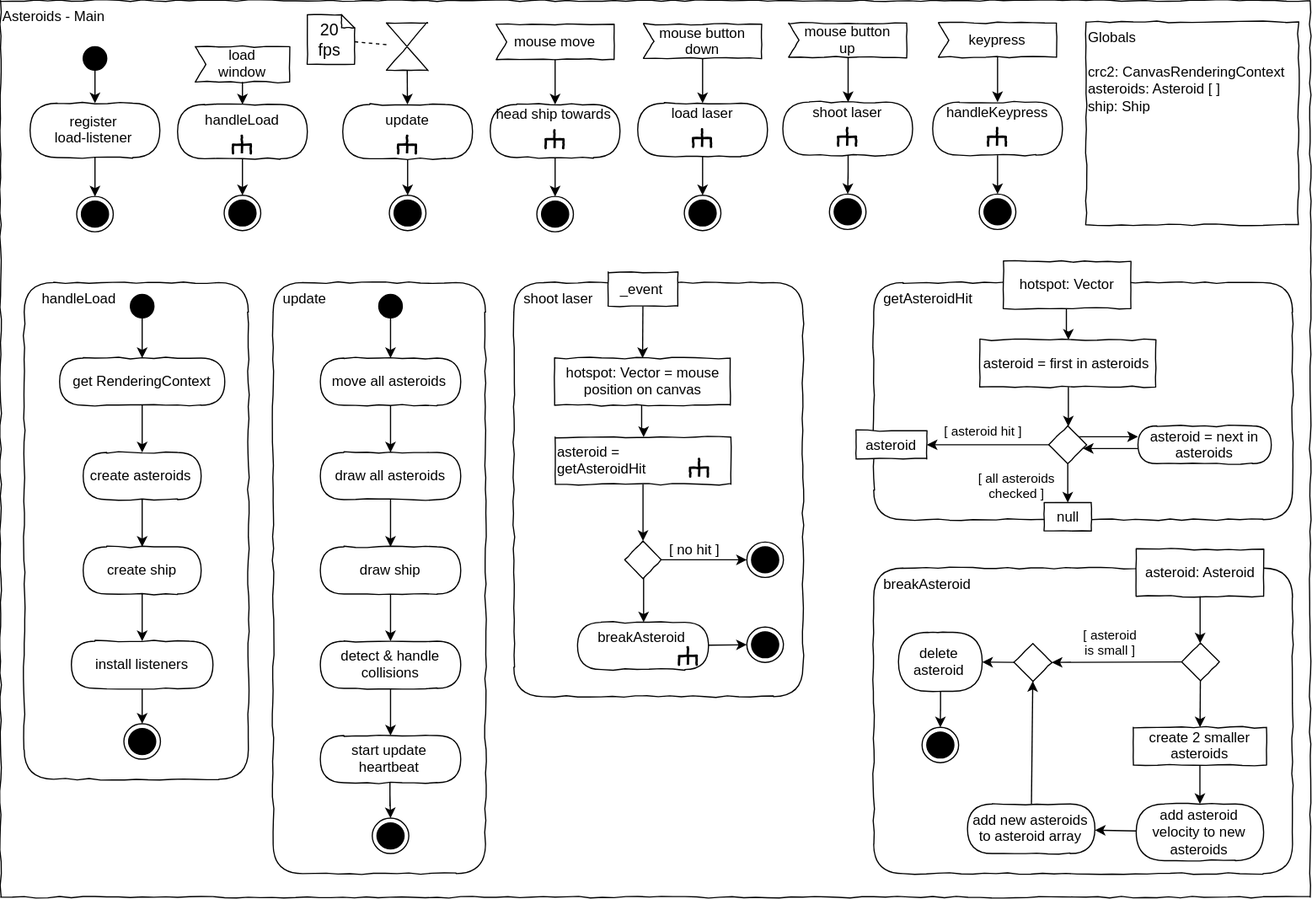
Above: L09_Classes/Material/draw.io/Asteroids_ActivityDiagram-Main.svg in JirkaDellOro/EIA2-Inverted (draw.io), before the change. Source tidied: cells renumbered, new cells last; positions are measured from the earlier drawing's top-left corner, leaving out a move shared by most shapes.
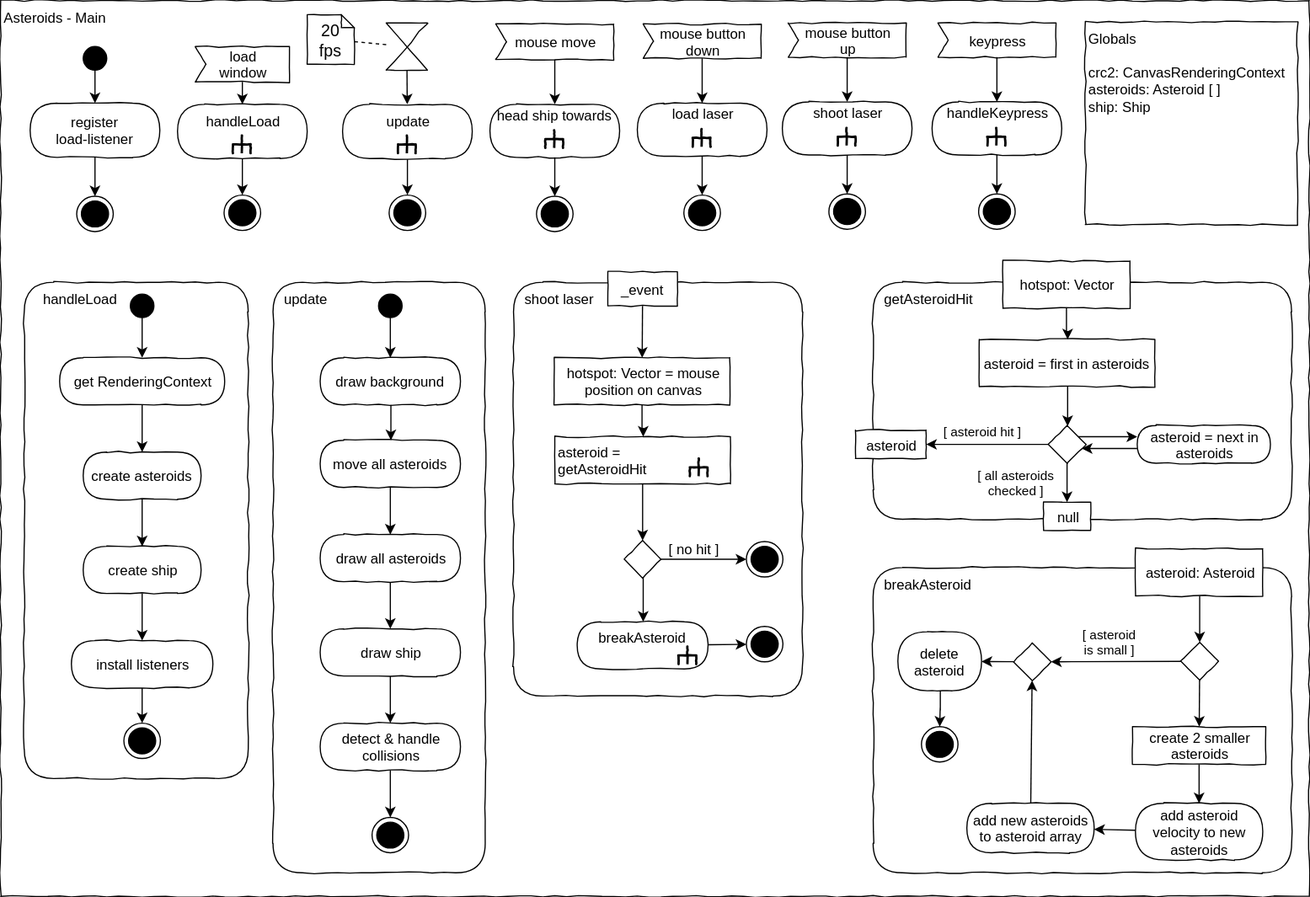
The same file after the commit.

Diff of the diagram source:
```diff
@@ -223,38 +223,32 @@
       <mxGeometry relative="1" as="geometry" />
     </mxCell>
     <mxCell id="74" value="move all asteroids" style="rounded=1;whiteSpace=wrap;html=1;absoluteArcSize=1;arcSize=50;strokeWidth=1;shadow=0;comic=1;align=center;" parent="1" vertex="1">
-      <mxGeometry x="271" y="303" width="119" height="40" as="geometry" />
+      <mxGeometry x="271" y="373" width="119" height="40" as="geometry" />
     </mxCell>
     <mxCell id="75" style="edgeStyle=orthogonalEdgeStyle;rounded=0;jettySize=auto;html=1;" parent="1" edge="1" source="76" target="78">
       <mxGeometry relative="1" as="geometry" />
     </mxCell>
     <mxCell id="76" value="draw all asteroids" style="rounded=1;whiteSpace=wrap;html=1;absoluteArcSize=1;arcSize=50;strokeWidth=1;shadow=0;comic=1;align=center;" parent="1" vertex="1">
-      <mxGeometry x="271" y="383" width="119" height="40" as="geometry" />
+      <mxGeometry x="271" y="453" width="119" height="40" as="geometry" />
     </mxCell>
     <mxCell id="77" style="edgeStyle=orthogonalEdgeStyle;rounded=0;jettySize=auto;html=1;" parent="1" edge="1" source="78" target="80">
       <mxGeometry relative="1" as="geometry" />
     </mxCell>
     <mxCell id="78" value="draw ship" style="rounded=1;whiteSpace=wrap;html=1;absoluteArcSize=1;arcSize=50;strokeWidth=1;shadow=0;comic=1;align=center;" parent="1" vertex="1">
-      <mxGeometry x="271" y="463" width="119" height="40" as="geometry" />
+      <mxGeometry x="271" y="533" width="119" height="40" as="geometry" />
     </mxCell>
-    <mxCell id="79" style="edgeStyle=orthogonalEdgeStyle;rounded=0;jettySize=auto;html=1;" parent="1" edge="1" source="80" target="81">
+    <mxCell id="79" style="edgeStyle=orthogonalEdgeStyle;rounded=0;jettySize=auto;html=1;" parent="1" edge="1" source="80" target="83">
       <mxGeometry relative="1" as="geometry" />
     </mxCell>
     <mxCell id="80" value="detect &amp;amp; handle&lt;br&gt;collisions" style="rounded=1;whiteSpace=wrap;html=1;absoluteArcSize=1;arcSize=50;strokeWidth=1;shadow=0;comic=1;align=center;" parent="1" vertex="1">
-      <mxGeometry x="271" y="543" width="119" height="40" as="geometry" />
+      <mxGeometry x="271" y="613" width="119" height="40" as="geometry" />
     </mxCell>
-    <mxCell id="81" value="start update heartbeat" style="rounded=1;whiteSpace=wrap;html=1;absoluteArcSize=1;arcSize=50;strokeWidth=1;shadow=0;comic=1;align=center;" parent="1" vertex="1">
-      <mxGeometry x="271" y="623" width="119" height="40" as="geometry" />
-    </mxCell>
-    <mxCell id="82" style="edgeStyle=none;rounded=0;jettySize=auto;html=1;" parent="1" edge="1" source="72" target="74">
+    <mxCell id="82" style="edgeStyle=none;rounded=0;jettySize=auto;html=1;" parent="1" edge="1" source="72" target="140">
       <mxGeometry relative="1" as="geometry" />
     </mxCell>
     <mxCell id="83" style="ellipse;html=1;shape=endState;fillColor=#000000;strokeColor=#000000;comic=1;" parent="1" vertex="1">
       <mxGeometry x="315" y="693" width="31" height="30" as="geometry" />
     </mxCell>
-    <mxCell id="84" style="edgeStyle=orthogonalEdgeStyle;rounded=0;jettySize=auto;html=1;" parent="1" edge="1" source="81" target="83">
-      <mxGeometry relative="1" as="geometry" />
-    </mxCell>
     <mxCell id="85" value="install listeners" style="rounded=1;whiteSpace=wrap;html=1;absoluteArcSize=1;arcSize=50;strokeWidth=1;shadow=0;comic=1;align=center;" parent="1" vertex="1">
       <mxGeometry x="60" y="543" width="120" height="40" as="geometry" />
     </mxCell>
@@ -438,5 +432,11 @@
     <mxCell id="139" style="edgeStyle=orthogonalEdgeStyle;curved=1;rounded=0;jettySize=auto;html=1;fontSize=12;" parent="1" edge="1" source="133" target="138">
       <mxGeometry relative="1" as="geometry" />
     </mxCell>
+    <mxCell id="140" value="draw background" style="rounded=1;whiteSpace=wrap;html=1;absoluteArcSize=1;arcSize=50;strokeWidth=1;shadow=0;comic=1;align=center;" parent="1" vertex="1">
+      <mxGeometry x="271" y="303" width="119" height="40" as="geometry" />
+    </mxCell>
+    <mxCell id="141" style="edgeStyle=orthogonalEdgeStyle;rounded=0;jettySize=auto;html=1;" parent="1" edge="1" source="140" target="74">
+      <mxGeometry relative="1" as="geometry" />
+    </mxCell>
   </root>
 </mxGraphModel>
```
